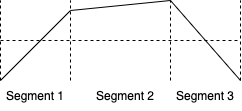
This is docs/images/waveshape_wave_sequence.drawio.png from pigatron-industries/arduino_eurorack, a draw.io export, as it was before one commit. Source tidied: cells renumbered, new cells last; positions are measured from the earlier drawing's top-left corner, leaving out a move shared by most shapes.
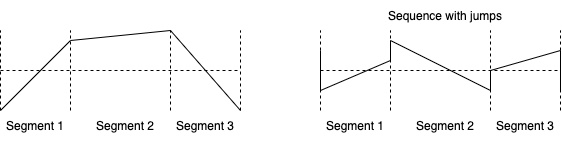
The same diagram one commit later.

Change to the diagram source:
```diff
@@ -58,5 +58,89 @@
     <mxCell id="12" value="Segment 3" style="text;html=1;strokeColor=none;fillColor=none;align=center;verticalAlign=middle;whiteSpace=wrap;rounded=0;" parent="1" vertex="1">
       <mxGeometry x="170" y="80" width="70" height="30" as="geometry" />
     </mxCell>
+    <mxCell id="13" style="endArrow=none;html=1;" parent="1" edge="1">
+      <mxGeometry relative="1" as="geometry">
+        <mxPoint x="320" y="60" as="sourcePoint" />
+        <mxPoint x="390" y="30" as="targetPoint" />
+      </mxGeometry>
+    </mxCell>
+    <mxCell id="14" style="endArrow=none;html=1;" parent="1" edge="1">
+      <mxGeometry relative="1" as="geometry">
+        <mxPoint x="490" y="60" as="sourcePoint" />
+        <mxPoint x="390" y="10" as="targetPoint" />
+      </mxGeometry>
+    </mxCell>
+    <mxCell id="15" style="endArrow=none;html=1;" parent="1" edge="1">
+      <mxGeometry relative="1" as="geometry">
+        <mxPoint x="490" y="40" as="sourcePoint" />
+        <mxPoint x="560" y="20" as="targetPoint" />
+      </mxGeometry>
+    </mxCell>
+    <mxCell id="16" style="endArrow=none;dashed=1;html=1;" parent="1" edge="1">
+      <mxGeometry relative="1" as="geometry">
+        <mxPoint x="320" y="40" as="sourcePoint" />
+        <mxPoint x="560" y="40" as="targetPoint" />
+      </mxGeometry>
+    </mxCell>
+    <mxCell id="17" style="endArrow=none;dashed=1;html=1;" parent="1" edge="1">
+      <mxGeometry relative="1" as="geometry">
+        <mxPoint x="390" y="80" as="sourcePoint" />
+        <mxPoint x="390" as="targetPoint" />
+      </mxGeometry>
+    </mxCell>
+    <mxCell id="18" style="endArrow=none;dashed=1;html=1;" parent="1" edge="1">
+      <mxGeometry relative="1" as="geometry">
+        <mxPoint x="320" y="80" as="sourcePoint" />
+        <mxPoint x="320" as="targetPoint" />
+      </mxGeometry>
+    </mxCell>
+    <mxCell id="19" style="endArrow=none;dashed=1;html=1;" parent="1" edge="1">
+      <mxGeometry relative="1" as="geometry">
+        <mxPoint x="490" y="80" as="sourcePoint" />
+        <mxPoint x="490" as="targetPoint" />
+      </mxGeometry>
+    </mxCell>
+    <mxCell id="20" style="endArrow=none;dashed=1;html=1;" parent="1" edge="1">
+      <mxGeometry relative="1" as="geometry">
+        <mxPoint x="560" y="80" as="sourcePoint" />
+        <mxPoint x="560" as="targetPoint" />
+      </mxGeometry>
+    </mxCell>
+    <mxCell id="21" value="Segment 1" style="text;html=1;strokeColor=none;fillColor=none;align=center;verticalAlign=middle;whiteSpace=wrap;rounded=0;" parent="1" vertex="1">
+      <mxGeometry x="320" y="80" width="70" height="30" as="geometry" />
+    </mxCell>
+    <mxCell id="22" value="Segment 2" style="text;html=1;strokeColor=none;fillColor=none;align=center;verticalAlign=middle;whiteSpace=wrap;rounded=0;" parent="1" vertex="1">
+      <mxGeometry x="410" y="80" width="70" height="30" as="geometry" />
+    </mxCell>
+    <mxCell id="23" value="Segment 3" style="text;html=1;strokeColor=none;fillColor=none;align=center;verticalAlign=middle;whiteSpace=wrap;rounded=0;" parent="1" vertex="1">
+      <mxGeometry x="490" y="80" width="70" height="30" as="geometry" />
+    </mxCell>
+    <mxCell id="24" style="endArrow=none;html=1;" parent="1" edge="1">
+      <mxGeometry relative="1" as="geometry">
+        <mxPoint x="320" y="60" as="sourcePoint" />
+        <mxPoint x="320" y="20" as="targetPoint" />
+      </mxGeometry>
+    </mxCell>
+    <mxCell id="25" style="endArrow=none;html=1;" parent="1" edge="1">
+      <mxGeometry relative="1" as="geometry">
+        <mxPoint x="390" y="30" as="sourcePoint" />
+        <mxPoint x="390" y="10" as="targetPoint" />
+      </mxGeometry>
+    </mxCell>
+    <mxCell id="26" style="endArrow=none;html=1;" parent="1" edge="1">
+      <mxGeometry relative="1" as="geometry">
+        <mxPoint x="490" y="60" as="sourcePoint" />
+        <mxPoint x="490" y="40" as="targetPoint" />
+      </mxGeometry>
+    </mxCell>
+    <mxCell id="27" style="endArrow=none;html=1;" parent="1" edge="1">
+      <mxGeometry relative="1" as="geometry">
+        <mxPoint x="560" y="60" as="sourcePoint" />
+        <mxPoint x="560" y="20" as="targetPoint" />
+      </mxGeometry>
+    </mxCell>
+    <mxCell id="28" value="Sequence with jumps" style="text;html=1;strokeColor=none;fillColor=none;align=center;verticalAlign=middle;whiteSpace=wrap;rounded=0;" parent="1" vertex="1">
+      <mxGeometry x="375" y="-30" width="140" height="30" as="geometry" />
+    </mxCell>
   </root>
 </mxGraphModel>
```
